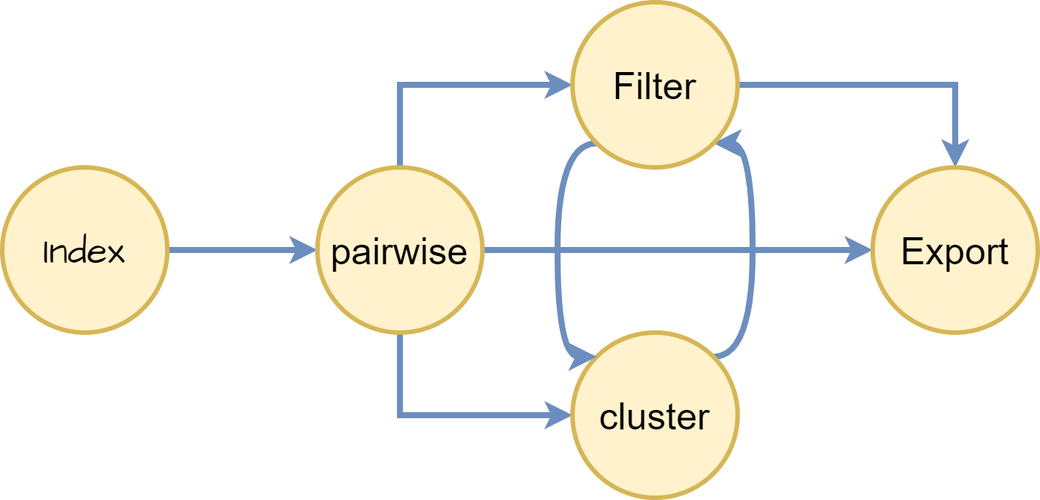
Earlier version of the draw.io export usage/dbretina_chain.png (DBRetina/DBRetina). Source tidied: cells renumbered, new cells last; positions are measured from the earlier drawing's top-left corner, leaving out a move shared by most shapes.
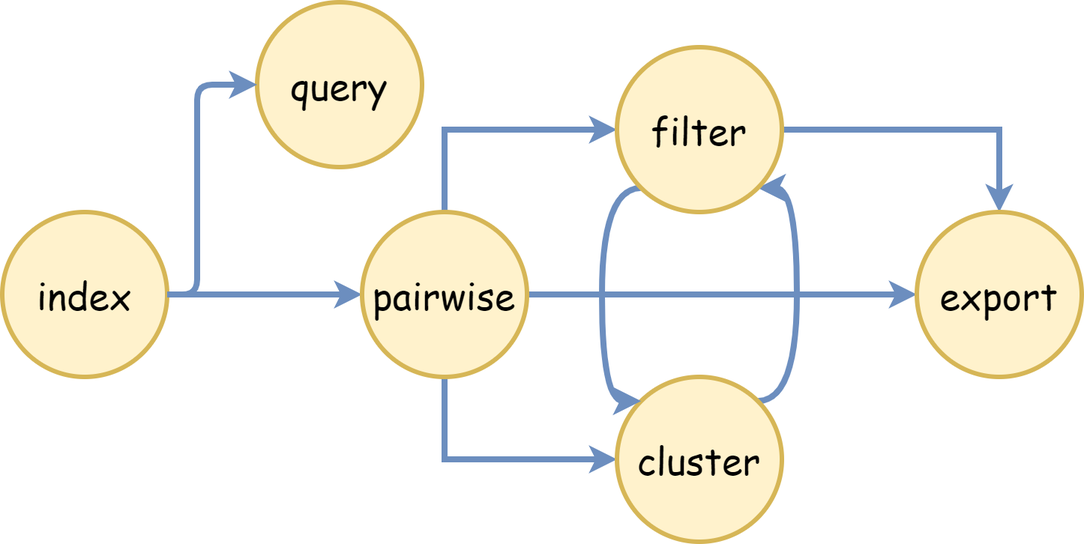
The same file after the commit.

What changed in the source:
```diff
@@ -2,25 +2,25 @@
   <root>
     <mxCell id="0" />
     <mxCell id="1" parent="0" />
-    <mxCell id="2" style="edgeStyle=orthogonalEdgeStyle;rounded=1;jettySize=auto;html=1;fontSize=38;fontStyle=1;labelBackgroundColor=none;fontColor=default;strokeWidth=4;fillColor=#dae8fc;strokeColor=#6c8ebf;" parent="1" edge="1" source="3" target="7">
+    <mxCell id="2" style="edgeStyle=orthogonalEdgeStyle;rounded=1;jettySize=auto;html=1;fontSize=38;fontStyle=1;labelBackgroundColor=none;fontColor=default;strokeWidth=4;fillColor=#dae8fc;strokeColor=#6c8ebf;fontFamily=Comic Sans MS;" parent="1" edge="1" source="3" target="7">
       <mxGeometry relative="1" as="geometry" />
     </mxCell>
-    <mxCell id="3" value="&lt;font face=&quot;Architects Daughter&quot;&gt;Index&lt;/font&gt;" style="ellipse;whiteSpace=wrap;html=1;strokeWidth=3;fontSize=25;rounded=1;labelBackgroundColor=none;fillColor=#fff2cc;strokeColor=#d6b656;" parent="1" vertex="1">
-      <mxGeometry y="110" width="110" height="110" as="geometry" />
+    <mxCell id="3" value="&lt;font&gt;index&lt;/font&gt;" style="ellipse;whiteSpace=wrap;html=1;strokeWidth=3;fontSize=25;rounded=1;labelBackgroundColor=none;fillColor=#fff2cc;strokeColor=#d6b656;fontFamily=Comic Sans MS;" parent="1" vertex="1">
+      <mxGeometry x="-30" y="110" width="110" height="110" as="geometry" />
     </mxCell>
-    <mxCell id="4" style="edgeStyle=orthogonalEdgeStyle;rounded=0;hachureGap=4;jettySize=auto;html=1;exitX=0.5;exitY=0;exitDx=0;exitDy=0;entryX=0;entryY=0.5;entryDx=0;entryDy=0;fontFamily=Architects Daughter;fontSource=https%3A%2F%2Ffonts.googleapis.com%2Fcss%3Ffamily%3DArchitects%2BDaughter;fontSize=16;strokeWidth=4;fillColor=#dae8fc;strokeColor=#6c8ebf;" parent="1" edge="1" source="7" target="12">
+    <mxCell id="4" style="edgeStyle=orthogonalEdgeStyle;rounded=0;hachureGap=4;jettySize=auto;html=1;exitX=0.5;exitY=0;exitDx=0;exitDy=0;entryX=0;entryY=0.5;entryDx=0;entryDy=0;fontFamily=Comic Sans MS;fontSize=16;strokeWidth=4;fillColor=#dae8fc;strokeColor=#6c8ebf;" parent="1" edge="1" source="7" target="12">
       <mxGeometry relative="1" as="geometry" />
     </mxCell>
-    <mxCell id="5" style="edgeStyle=orthogonalEdgeStyle;rounded=0;hachureGap=4;jettySize=auto;html=1;exitX=0.5;exitY=1;exitDx=0;exitDy=0;entryX=0;entryY=0.5;entryDx=0;entryDy=0;fontFamily=Architects Daughter;fontSource=https%3A%2F%2Ffonts.googleapis.com%2Fcss%3Ffamily%3DArchitects%2BDaughter;fontSize=16;strokeWidth=4;fillColor=#dae8fc;strokeColor=#6c8ebf;" parent="1" edge="1" source="7" target="9">
+    <mxCell id="5" style="edgeStyle=orthogonalEdgeStyle;rounded=0;hachureGap=4;jettySize=auto;html=1;exitX=0.5;exitY=1;exitDx=0;exitDy=0;entryX=0;entryY=0.5;entryDx=0;entryDy=0;fontFamily=Comic Sans MS;fontSize=16;strokeWidth=4;fillColor=#dae8fc;strokeColor=#6c8ebf;" parent="1" edge="1" source="7" target="9">
       <mxGeometry relative="1" as="geometry" />
     </mxCell>
-    <mxCell id="6" style="edgeStyle=orthogonalEdgeStyle;curved=1;rounded=0;hachureGap=4;jettySize=auto;html=1;exitX=1;exitY=0.5;exitDx=0;exitDy=0;entryX=0;entryY=0.5;entryDx=0;entryDy=0;strokeColor=#6c8ebf;fontFamily=Architects Daughter;fontSource=https%3A%2F%2Ffonts.googleapis.com%2Fcss%3Ffamily%3DArchitects%2BDaughter;fontSize=16;strokeWidth=4;fillColor=#dae8fc;" parent="1" edge="1" source="7" target="13">
+    <mxCell id="6" style="edgeStyle=orthogonalEdgeStyle;curved=1;rounded=0;hachureGap=4;jettySize=auto;html=1;exitX=1;exitY=0.5;exitDx=0;exitDy=0;entryX=0;entryY=0.5;entryDx=0;entryDy=0;strokeColor=#6c8ebf;fontFamily=Comic Sans MS;fontSize=16;strokeWidth=4;fillColor=#dae8fc;" parent="1" edge="1" source="7" target="13">
       <mxGeometry relative="1" as="geometry" />
     </mxCell>
-    <mxCell id="7" value="pairwise" style="ellipse;whiteSpace=wrap;html=1;strokeWidth=3;fontSize=25;rounded=1;labelBackgroundColor=none;fillColor=#fff2cc;strokeColor=#d6b656;" parent="1" vertex="1">
+    <mxCell id="7" value="pairwise" style="ellipse;whiteSpace=wrap;html=1;strokeWidth=3;fontSize=25;rounded=1;labelBackgroundColor=none;fillColor=#fff2cc;strokeColor=#d6b656;fontFamily=Comic Sans MS;" parent="1" vertex="1">
       <mxGeometry x="210" y="110" width="110" height="110" as="geometry" />
     </mxCell>
-    <mxCell id="8" style="edgeStyle=orthogonalEdgeStyle;rounded=0;hachureGap=4;jettySize=auto;html=1;exitX=1;exitY=0;exitDx=0;exitDy=0;entryX=1;entryY=1;entryDx=0;entryDy=0;fontFamily=Architects Daughter;fontSource=https%3A%2F%2Ffonts.googleapis.com%2Fcss%3Ffamily%3DArchitects%2BDaughter;fontSize=16;curved=1;strokeWidth=4;fillColor=#dae8fc;strokeColor=#6c8ebf;" parent="1" edge="1" source="9" target="12">
+    <mxCell id="8" style="edgeStyle=orthogonalEdgeStyle;rounded=0;hachureGap=4;jettySize=auto;html=1;exitX=1;exitY=0;exitDx=0;exitDy=0;entryX=1;entryY=1;entryDx=0;entryDy=0;fontFamily=Comic Sans MS;fontSize=16;curved=1;strokeWidth=4;fillColor=#dae8fc;strokeColor=#6c8ebf;" parent="1" edge="1" source="9" target="12">
       <mxGeometry relative="1" as="geometry">
         <Array as="points">
           <mxPoint x="500" y="236" />
@@ -28,10 +28,10 @@
         </Array>
       </mxGeometry>
     </mxCell>
-    <mxCell id="9" value="cluster" style="ellipse;whiteSpace=wrap;html=1;strokeWidth=3;fontSize=25;rounded=1;labelBackgroundColor=none;fillColor=#fff2cc;strokeColor=#d6b656;" parent="1" vertex="1">
+    <mxCell id="9" value="cluster" style="ellipse;whiteSpace=wrap;html=1;strokeWidth=3;fontSize=25;rounded=1;labelBackgroundColor=none;fillColor=#fff2cc;strokeColor=#d6b656;fontFamily=Comic Sans MS;" parent="1" vertex="1">
       <mxGeometry x="380" y="220" width="110" height="110" as="geometry" />
     </mxCell>
-    <mxCell id="10" style="edgeStyle=orthogonalEdgeStyle;rounded=0;hachureGap=4;jettySize=auto;html=1;exitX=0;exitY=1;exitDx=0;exitDy=0;entryX=0;entryY=0;entryDx=0;entryDy=0;fontFamily=Architects Daughter;fontSource=https%3A%2F%2Ffonts.googleapis.com%2Fcss%3Ffamily%3DArchitects%2BDaughter;fontSize=16;strokeColor=#6c8ebf;curved=1;strokeWidth=4;fillColor=#dae8fc;" parent="1" edge="1" source="12" target="9">
+    <mxCell id="10" style="edgeStyle=orthogonalEdgeStyle;rounded=0;hachureGap=4;jettySize=auto;html=1;exitX=0;exitY=1;exitDx=0;exitDy=0;entryX=0;entryY=0;entryDx=0;entryDy=0;fontFamily=Comic Sans MS;fontSize=16;strokeColor=#6c8ebf;curved=1;strokeWidth=4;fillColor=#dae8fc;" parent="1" edge="1" source="12" target="9">
       <mxGeometry relative="1" as="geometry">
         <Array as="points">
           <mxPoint x="370" y="94" />
@@ -39,14 +39,25 @@
         </Array>
       </mxGeometry>
     </mxCell>
-    <mxCell id="11" style="edgeStyle=orthogonalEdgeStyle;rounded=0;hachureGap=4;jettySize=auto;html=1;exitX=1;exitY=0.5;exitDx=0;exitDy=0;entryX=0.5;entryY=0;entryDx=0;entryDy=0;strokeColor=#6c8ebf;fontFamily=Architects Daughter;fontSource=https%3A%2F%2Ffonts.googleapis.com%2Fcss%3Ffamily%3DArchitects%2BDaughter;fontSize=16;strokeWidth=4;fillColor=#dae8fc;" parent="1" edge="1" source="12" target="13">
+    <mxCell id="11" style="edgeStyle=orthogonalEdgeStyle;rounded=0;hachureGap=4;jettySize=auto;html=1;exitX=1;exitY=0.5;exitDx=0;exitDy=0;entryX=0.5;entryY=0;entryDx=0;entryDy=0;strokeColor=#6c8ebf;fontFamily=Comic Sans MS;fontSize=16;strokeWidth=4;fillColor=#dae8fc;" parent="1" edge="1" source="12" target="13">
       <mxGeometry relative="1" as="geometry" />
     </mxCell>
-    <mxCell id="12" value="Filter" style="ellipse;whiteSpace=wrap;html=1;strokeWidth=3;fontSize=25;rounded=1;labelBackgroundColor=none;fillColor=#fff2cc;strokeColor=#d6b656;" parent="1" vertex="1">
+    <mxCell id="12" value="filter" style="ellipse;whiteSpace=wrap;html=1;strokeWidth=3;fontSize=25;rounded=1;labelBackgroundColor=none;fillColor=#fff2cc;strokeColor=#d6b656;fontFamily=Comic Sans MS;" parent="1" vertex="1">
       <mxGeometry x="380" width="110" height="110" as="geometry" />
     </mxCell>
-    <mxCell id="13" value="Export" style="ellipse;whiteSpace=wrap;html=1;strokeWidth=3;fontSize=25;rounded=1;labelBackgroundColor=none;fillColor=#fff2cc;strokeColor=#d6b656;" parent="1" vertex="1">
+    <mxCell id="13" value="export" style="ellipse;whiteSpace=wrap;html=1;strokeWidth=3;fontSize=25;rounded=1;labelBackgroundColor=none;fillColor=#fff2cc;strokeColor=#d6b656;fontFamily=Comic Sans MS;" parent="1" vertex="1">
       <mxGeometry x="580" y="110" width="110" height="110" as="geometry" />
     </mxCell>
+    <mxCell id="14" value="query" style="ellipse;whiteSpace=wrap;html=1;strokeWidth=3;fontSize=25;rounded=1;labelBackgroundColor=none;fillColor=#fff2cc;strokeColor=#d6b656;fontFamily=Comic Sans MS;" parent="1" vertex="1">
+      <mxGeometry x="140" y="-30" width="110" height="110" as="geometry" />
+    </mxCell>
+    <mxCell id="15" style="edgeStyle=orthogonalEdgeStyle;rounded=1;jettySize=auto;html=1;fontSize=38;fontStyle=1;labelBackgroundColor=none;fontColor=default;strokeWidth=4;fillColor=#dae8fc;strokeColor=#6c8ebf;fontFamily=Comic Sans MS;exitX=1;exitY=0.5;exitDx=0;exitDy=0;entryX=0;entryY=0.5;entryDx=0;entryDy=0;" parent="1" edge="1" source="3" target="14">
+      <mxGeometry relative="1" as="geometry">
+        <Array as="points">
+          <mxPoint x="100" y="165" />
+          <mxPoint x="100" y="25" />
+        </Array>
+      </mxGeometry>
+    </mxCell>
   </root>
 </mxGraphModel>
```
